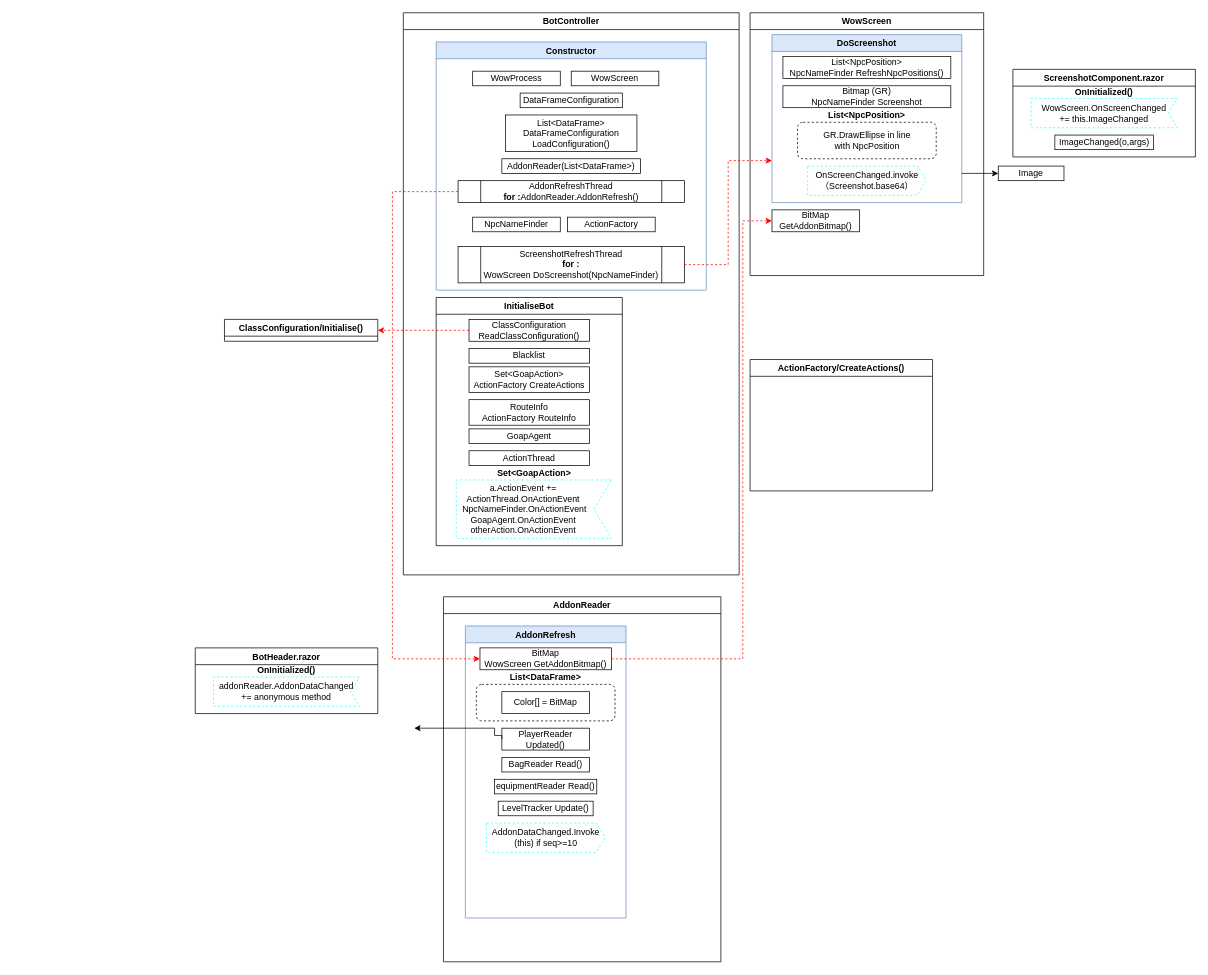
Above: BotPlan_1.drawio in YannieCheung/botgrams (draw.io), before the change. Source tidied: cells renumbered, new cells numbered last; positions are measured from the earlier drawing's top-left corner, leaving out a move shared by most shapes. Both pictures are drawn from the tidied source at 73%, with x=0, y=0 at pixel (195, 12).
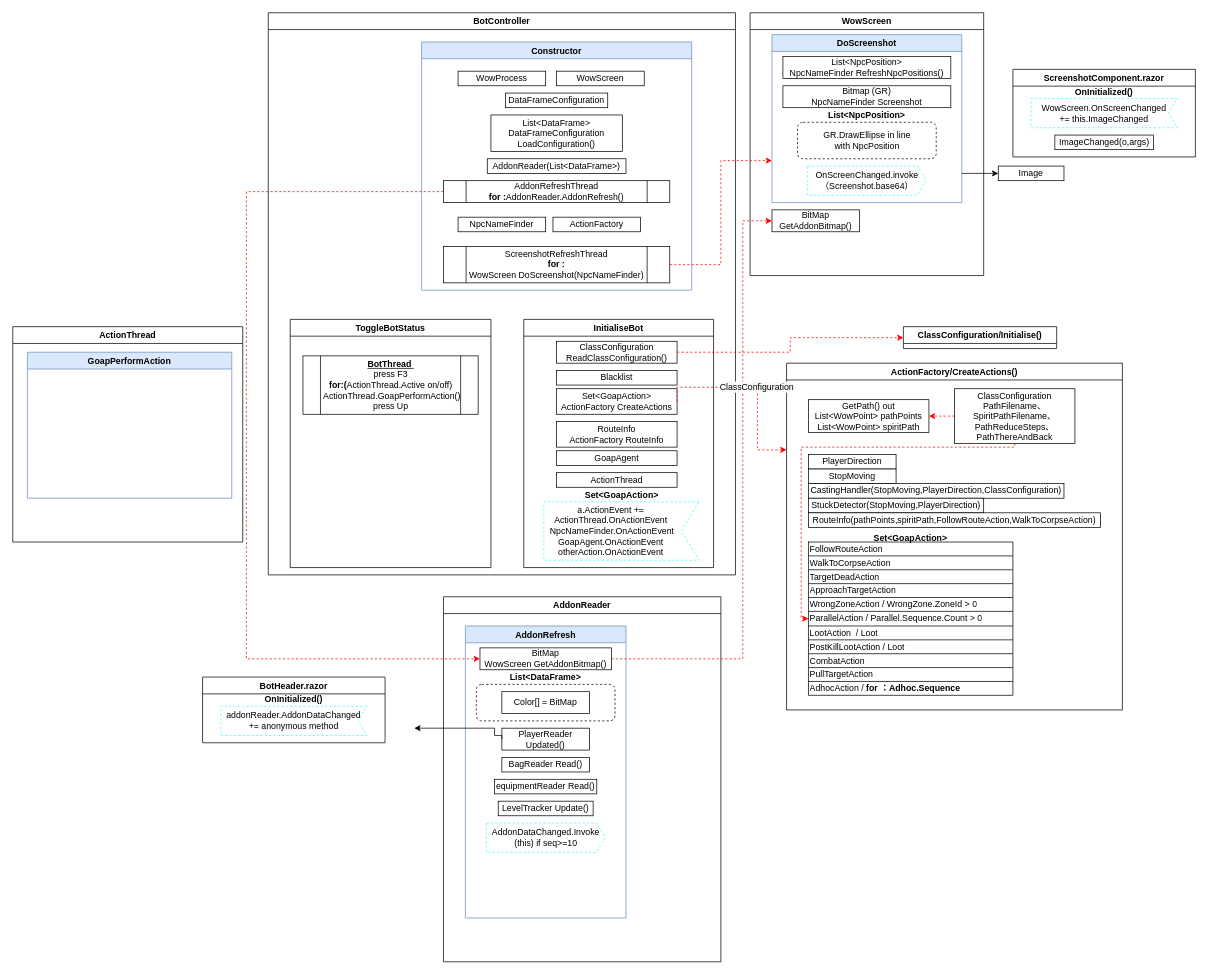
The same page after the edit.

The change refers to these unchanged cells:
```xml
<mxCell id="12" value="AddonRefreshThread&lt;br&gt;&lt;b&gt;for :&lt;/b&gt;AddonReader.AddonRefresh()" style="shape=process;whiteSpace=wrap;html=1;backgroundOutline=1;" parent="3" vertex="1">
  <mxGeometry x="30" y="190" width="310" height="30" as="geometry" />
</mxCell>
<mxCell id="14" value="ClassConfiguration&lt;br&gt;ReadClassConfiguration()" style="rounded=0;whiteSpace=wrap;html=1;" parent="13" vertex="1">
  <mxGeometry x="45" y="30" width="165" height="30" as="geometry" />
</mxCell>
<mxCell id="16" value="Set&amp;lt;GoapAction&amp;gt;&lt;br&gt;ActionFactory&amp;nbsp;CreateActions" style="rounded=0;whiteSpace=wrap;html=1;" parent="13" vertex="1">
  <mxGeometry x="45" y="95" width="165" height="35" as="geometry" />
</mxCell>
<mxCell id="39" value="BitMap&lt;br&gt;WowScreen GetAddonBitmap()" style="whiteSpace=wrap;html=1;strokeColor=#000000;" parent="38" vertex="1">
  <mxGeometry x="20" y="30" width="180" height="30" as="geometry" />
</mxCell>
```

Diff of the diagram source:
```diff
@@
     <mxCell id="2" value="BotController" style="swimlane;" parent="1" vertex="1">
-      <mxGeometry x="285" width="460" height="770" as="geometry" />
+      <mxGeometry x="100" width="640" height="770" as="geometry" />
     </mxCell>
     <mxCell id="3" value="Constructor" style="swimlane;strokeColor=#6c8ebf;fillColor=#dae8fc;" parent="2" vertex="1">
-      <mxGeometry x="45" y="40" width="370" height="340" as="geometry" />
+      <mxGeometry x="210" y="40" width="370" height="340" as="geometry" />
     </mxCell>
@@
     <mxCell id="13" value="InitialiseBot" style="swimlane;strokeColor=#000000;" parent="2" vertex="1">
-      <mxGeometry x="45" y="390" width="255" height="340" as="geometry" />
+      <mxGeometry x="350" y="420" width="260" height="340" as="geometry" />
     </mxCell>
@@
+    <mxCell id="56" value="ToggleBotStatus" style="swimlane;strokeColor=#000000;" parent="2" vertex="1">
+      <mxGeometry x="30" y="420" width="275" height="340" as="geometry" />
+    </mxCell>
+    <mxCell id="57" value="&lt;u&gt;&lt;b&gt;BotThread&amp;nbsp;&lt;/b&gt;&lt;/u&gt;&lt;br&gt;press F3&lt;br&gt;&lt;b&gt;for:(&lt;/b&gt;ActionThread.Active on/off)&lt;b&gt;&lt;br&gt;&amp;nbsp;&lt;/b&gt;ActionThread.GoapPerformAction()&lt;br&gt;press Up" style="shape=process;whiteSpace=wrap;html=1;backgroundOutline=1;" parent="56" vertex="1">
+      <mxGeometry x="17.5" y="50" width="240" height="80" as="geometry" />
+    </mxCell>
@@
     <mxCell id="49" style="edgeStyle=orthogonalEdgeStyle;rounded=0;jettySize=auto;html=1;exitX=0;exitY=0.5;exitDx=0;exitDy=0;entryX=0;entryY=0.5;entryDx=0;entryDy=0;dashed=1;strokeColor=#FF0000;" parent="1" edge="1" source="12" target="39">
       <mxGeometry relative="1" as="geometry">
         <Array as="points">
-          <mxPoint x="270" y="245" />
-          <mxPoint x="270" y="885" />
+          <mxPoint x="70" y="245" />
+          <mxPoint x="70" y="885" />
         </Array>
       </mxGeometry>
     </mxCell>
     <mxCell id="50" value="BotHeader.razor" style="swimlane;" parent="1" vertex="1">
-      <mxGeometry y="870" width="250" height="90" as="geometry" />
+      <mxGeometry x="10" y="910" width="250" height="90" as="geometry" />
     </mxCell>
@@
     <mxCell id="53" value="ClassConfiguration/Initialise()" style="swimlane;" parent="1" vertex="1" collapsed="1">
-      <mxGeometry x="40" y="420" width="210" height="30" as="geometry" />
+      <mxGeometry x="970" y="430" width="210" height="30" as="geometry" />
     </mxCell>
-    <mxCell id="54" style="edgeStyle=orthogonalEdgeStyle;rounded=0;jettySize=auto;html=1;exitX=0;exitY=0.5;exitDx=0;exitDy=0;entryX=1;entryY=0.5;entryDx=0;entryDy=0;dashed=1;strokeColor=#FF0000;" parent="1" edge="1" source="14" target="53">
+    <mxCell id="54" style="edgeStyle=orthogonalEdgeStyle;rounded=0;jettySize=auto;html=1;exitX=1;exitY=0.5;exitDx=0;exitDy=0;entryX=0;entryY=0.5;entryDx=0;entryDy=0;dashed=1;strokeColor=#FF0000;" parent="1" edge="1" source="14" target="53">
       <mxGeometry relative="1" as="geometry" />
     </mxCell>
     <mxCell id="55" value="ActionFactory/CreateActions()" style="swimlane;" parent="1" vertex="1">
-      <mxGeometry x="760" y="475" width="250" height="180" as="geometry" />
+      <mxGeometry x="810" y="480" width="460" height="475" as="geometry" />
     </mxCell>
+    <mxCell id="58" style="shape=table;startSize=0;childLayout=tableLayout;strokeColor=#000000;align=left;" parent="55" vertex="1">
+      <mxGeometry x="30" y="245" width="280" height="210" as="geometry" />
+    </mxCell>
+    <mxCell id="59" style="shape=tableRow;horizontal=0;startSize=0;swimlaneHead=0;swimlaneBody=0;top=0;left=0;bottom=0;right=0;fillColor=none;strokeColor=#000000;" parent="58" vertex="1">
+      <mxGeometry width="280" height="19" as="geometry" />
+    </mxCell>
+    <mxCell id="60" value="FollowRouteAction" style="shape=partialRectangle;html=1;whiteSpace=wrap;overflow=hidden;fillColor=none;top=0;left=0;bottom=0;right=0;strokeColor=#000000;align=left;" parent="59" vertex="1">
+      <mxGeometry width="280" height="19" as="geometry" />
+    </mxCell>
+    <mxCell id="61" style="shape=tableRow;horizontal=0;startSize=0;swimlaneHead=0;swimlaneBody=0;top=0;left=0;bottom=0;right=0;fillColor=none;strokeColor=#000000;" parent="58" vertex="1">
+      <mxGeometry y="19" width="280" height="19" as="geometry" />
+    </mxCell>
+    <mxCell id="62" value="WalkToCorpseAction" style="shape=partialRectangle;html=1;whiteSpace=wrap;overflow=hidden;fillColor=none;top=0;left=0;bottom=0;right=0;strokeColor=#000000;align=left;" parent="61" vertex="1">
+      <mxGeometry width="280" height="19" as="geometry" />
+    </mxCell>
+    <mxCell id="63" style="shape=tableRow;horizontal=0;startSize=0;swimlaneHead=0;swimlaneBody=0;top=0;left=0;bottom=0;right=0;fillColor=none;strokeColor=#000000;" parent="58" vertex="1">
+      <mxGeometry y="38" width="280" height="19" as="geometry" />
+    </mxCell>
+    <mxCell id="64" value="TargetDeadAction" style="shape=partialRectangle;html=1;whiteSpace=wrap;overflow=hidden;fillColor=none;top=0;left=0;bottom=0;right=0;strokeColor=#000000;align=left;" parent="63" vertex="1">
+      <mxGeometry width="280" height="19" as="geometry" />
+    </mxCell>
+    <mxCell id="65" style="shape=tableRow;horizontal=0;startSize=0;swimlaneHead=0;swimlaneBody=0;top=0;left=0;bottom=0;right=0;fillColor=none;strokeColor=#000000;" parent="58" vertex="1">
+      <mxGeometry y="57" width="280" height="19" as="geometry" />
+    </mxCell>
+    <mxCell id="66" value="ApproachTargetAction" style="shape=partialRectangle;html=1;whiteSpace=wrap;overflow=hidden;fillColor=none;top=0;left=0;bottom=0;right=0;strokeColor=#000000;align=left;" parent="65" vertex="1">
+      <mxGeometry width="280" height="19" as="geometry" />
+    </mxCell>
+    <mxCell id="67" style="shape=tableRow;horizontal=0;startSize=0;swimlaneHead=0;swimlaneBody=0;top=0;left=0;bottom=0;right=0;fillColor=none;strokeColor=#000000;" parent="58" vertex="1">
+      <mxGeometry y="76" width="280" height="19" as="geometry" />
+    </mxCell>
+    <mxCell id="68" value="WrongZoneAction /&amp;nbsp;WrongZone.ZoneId &amp;gt; 0" style="shape=partialRectangle;html=1;whiteSpace=wrap;overflow=hidden;fillColor=none;top=0;left=0;bottom=0;right=0;strokeColor=#000000;align=left;" parent="67" vertex="1">
+      <mxGeometry width="280" height="19" as="geometry" />
+    </mxCell>
+    <mxCell id="69" style="shape=tableRow;horizontal=0;startSize=0;swimlaneHead=0;swimlaneBody=0;top=0;left=0;bottom=0;right=0;fillColor=none;points=[[0,0.5],[1,0.5]];portConstraint=eastwest;strokeColor=#000000;" parent="58" vertex="1">
+      <mxGeometry y="95" width="280" height="20" as="geometry" />
+    </mxCell>
+    <mxCell id="70" value="ParallelAction /&amp;nbsp;Parallel.Sequence.Count &amp;gt; 0" style="shape=partialRectangle;html=1;whiteSpace=wrap;overflow=hidden;fillColor=none;top=0;left=0;bottom=0;right=0;strokeColor=#000000;align=left;" parent="69" vertex="1">
+      <mxGeometry width="280" height="20" as="geometry" />
+    </mxCell>
+    <mxCell id="71" style="shape=tableRow;horizontal=0;startSize=0;swimlaneHead=0;swimlaneBody=0;top=0;left=0;bottom=0;right=0;fillColor=none;strokeColor=#000000;" parent="58" vertex="1">
+      <mxGeometry y="115" width="280" height="19" as="geometry" />
+    </mxCell>
+    <mxCell id="72" value="LootAction&amp;nbsp; / Loot" style="shape=partialRectangle;html=1;whiteSpace=wrap;overflow=hidden;fillColor=none;top=0;left=0;bottom=0;right=0;strokeColor=#000000;align=left;" parent="71" vertex="1">
+      <mxGeometry width="280" height="19" as="geometry" />
+    </mxCell>
+    <mxCell id="73" style="shape=tableRow;horizontal=0;startSize=0;swimlaneHead=0;swimlaneBody=0;top=0;left=0;bottom=0;right=0;fillColor=none;strokeColor=#000000;" parent="58" vertex="1">
+      <mxGeometry y="134" width="280" height="19" as="geometry" />
+    </mxCell>
+    <mxCell id="74" value="PostKillLootAction / Loot" style="shape=partialRectangle;html=1;whiteSpace=wrap;overflow=hidden;fillColor=none;top=0;left=0;bottom=0;right=0;strokeColor=#000000;align=left;" parent="73" vertex="1">
+      <mxGeometry width="280" height="19" as="geometry" />
+    </mxCell>
+    <mxCell id="75" style="shape=tableRow;horizontal=0;startSize=0;swimlaneHead=0;swimlaneBody=0;top=0;left=0;bottom=0;right=0;fillColor=none;strokeColor=#000000;" parent="58" vertex="1">
+      <mxGeometry y="153" width="280" height="19" as="geometry" />
+    </mxCell>
+    <mxCell id="76" value="CombatAction" style="shape=partialRectangle;html=1;whiteSpace=wrap;overflow=hidden;fillColor=none;top=0;left=0;bottom=0;right=0;strokeColor=#000000;align=left;" parent="75" vertex="1">
+      <mxGeometry width="280" height="19" as="geometry" />
+    </mxCell>
+    <mxCell id="77" style="shape=tableRow;horizontal=0;startSize=0;swimlaneHead=0;swimlaneBody=0;top=0;left=0;bottom=0;right=0;fillColor=none;strokeColor=#000000;" parent="58" vertex="1">
+      <mxGeometry y="172" width="280" height="19" as="geometry" />
+    </mxCell>
+    <mxCell id="78" value="PullTargetAction" style="shape=partialRectangle;html=1;whiteSpace=wrap;overflow=hidden;fillColor=none;top=0;left=0;bottom=0;right=0;strokeColor=#000000;align=left;" parent="77" vertex="1">
+      <mxGeometry width="280" height="19" as="geometry" />
+    </mxCell>
+    <mxCell id="79" style="shape=tableRow;horizontal=0;startSize=0;swimlaneHead=0;swimlaneBody=0;top=0;left=0;bottom=0;right=0;fillColor=none;strokeColor=#000000;" parent="58" vertex="1">
+      <mxGeometry y="191" width="280" height="19" as="geometry" />
+    </mxCell>
+    <mxCell id="80" value="AdhocAction / &lt;b&gt;for ：Adhoc.Sequence&lt;/b&gt;" style="shape=partialRectangle;html=1;whiteSpace=wrap;overflow=hidden;fillColor=none;top=0;left=0;bottom=0;right=0;strokeColor=#000000;align=left;" parent="79" vertex="1">
+      <mxGeometry width="280" height="19" as="geometry" />
+    </mxCell>
+    <mxCell id="81" value="PlayerDirection" style="rounded=0;whiteSpace=wrap;html=1;" parent="55" vertex="1">
+      <mxGeometry x="30" y="125" width="120" height="20" as="geometry" />
+    </mxCell>
+    <mxCell id="82" value="StopMoving" style="rounded=0;whiteSpace=wrap;html=1;" parent="55" vertex="1">
+      <mxGeometry x="30" y="145" width="120" height="20" as="geometry" />
+    </mxCell>
+    <mxCell id="83" value="CastingHandler(StopMoving,PlayerDirection,&lt;span style=&quot;&quot;&gt;ClassConfiguration&lt;/span&gt;)" style="rounded=0;whiteSpace=wrap;html=1;" parent="55" vertex="1">
+      <mxGeometry x="30" y="165" width="350" height="20" as="geometry" />
+    </mxCell>
+    <mxCell id="84" value="StuckDetector(StopMoving,PlayerDirection)" style="rounded=0;whiteSpace=wrap;html=1;" parent="55" vertex="1">
+      <mxGeometry x="30" y="185" width="240" height="20" as="geometry" />
+    </mxCell>
+    <mxCell id="85" value="RouteInfo(pathPoints,spiritPath,FollowRouteAction,WalkToCorpseAction)" style="rounded=0;whiteSpace=wrap;html=1;" parent="55" vertex="1">
+      <mxGeometry x="30" y="205" width="400" height="20" as="geometry" />
+    </mxCell>
+    <mxCell id="86" value="GetPath() out&lt;br&gt;List&amp;lt;WowPoint&amp;gt;&amp;nbsp;pathPoints&lt;br&gt;List&amp;lt;WowPoint&amp;gt;&amp;nbsp;spiritPath" style="rounded=0;whiteSpace=wrap;html=1;" parent="55" vertex="1">
+      <mxGeometry x="30" y="50" width="165" height="45" as="geometry" />
+    </mxCell>
+    <mxCell id="87" style="edgeStyle=orthogonalEdgeStyle;rounded=0;jettySize=auto;html=1;exitX=0;exitY=0.5;exitDx=0;exitDy=0;entryX=1;entryY=0.5;entryDx=0;entryDy=0;dashed=1;strokeColor=#FF0000;" parent="55" edge="1" source="89" target="86">
+      <mxGeometry relative="1" as="geometry" />
+    </mxCell>
+    <mxCell id="88" style="edgeStyle=orthogonalEdgeStyle;rounded=0;jettySize=auto;html=1;exitX=0.5;exitY=1;exitDx=0;exitDy=0;entryX=0;entryY=0.5;entryDx=0;entryDy=0;dashed=1;strokeColor=#FF0000;" parent="55" edge="1" source="89" target="69">
+      <mxGeometry relative="1" as="geometry">
+        <Array as="points">
+          <mxPoint x="313" y="115" />
+          <mxPoint x="20" y="115" />
+          <mxPoint x="20" y="350" />
+        </Array>
+      </mxGeometry>
+    </mxCell>
+    <mxCell id="89" value="ClassConfiguration&lt;br&gt;PathFilename、SpiritPathFilename、&lt;br&gt;PathReduceSteps、&lt;br&gt;PathThereAndBack" style="rounded=0;whiteSpace=wrap;html=1;" parent="55" vertex="1">
+      <mxGeometry x="230" y="35" width="165" height="75" as="geometry" />
+    </mxCell>
+    <mxCell id="90" value="&lt;b&gt;Set&amp;lt;GoapAction&amp;gt;&lt;/b&gt;" style="text;html=1;strokeColor=none;fillColor=none;align=center;verticalAlign=middle;whiteSpace=wrap;rounded=0;" parent="55" vertex="1">
+      <mxGeometry x="140" y="225" width="60" height="30" as="geometry" />
+    </mxCell>
+    <mxCell id="91" value="&lt;span style=&quot;font-size: 12px; background-color: rgb(248, 249, 250);&quot;&gt;ClassConfiguration&lt;/span&gt;" style="edgeStyle=orthogonalEdgeStyle;rounded=0;jettySize=auto;html=1;exitX=1;exitY=0.5;exitDx=0;exitDy=0;dashed=1;strokeColor=#FF0000;entryX=0;entryY=0.25;entryDx=0;entryDy=0;" parent="1" edge="1" source="16" target="55">
+      <mxGeometry relative="1" as="geometry">
+        <Array as="points">
+          <mxPoint x="770" y="513" />
+          <mxPoint x="770" y="599" />
+        </Array>
+      </mxGeometry>
+    </mxCell>
+    <mxCell id="92" value="ActionThread" style="swimlane;strokeColor=#000000;" parent="1" vertex="1">
+      <mxGeometry x="-250" y="430" width="315" height="295" as="geometry" />
+    </mxCell>
+    <mxCell id="93" value="GoapPerformAction" style="swimlane;strokeColor=#6c8ebf;fillColor=#dae8fc;" parent="92" vertex="1">
+      <mxGeometry x="20" y="35" width="280" height="200" as="geometry" />
+    </mxCell>
```
